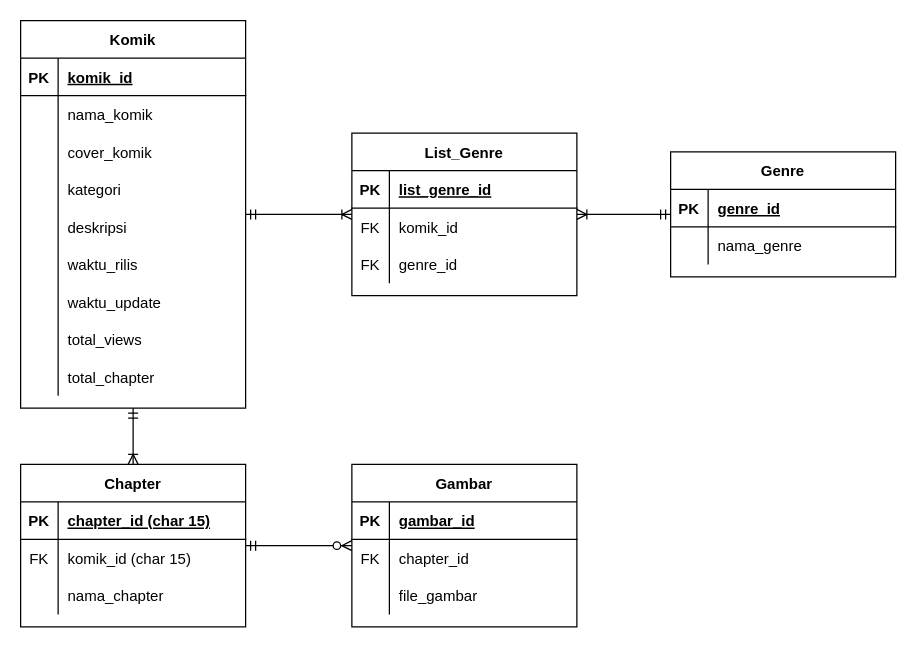
Earlier version of the draw.io diagram page "Database" (2 of 2) of etc/flow web.drawio (Aryanda04/web_komik). Source tidied: cells renumbered, new cells numbered last; positions are measured from the earlier drawing's top-left corner, leaving out a move shared by most shapes. Both pictures are drawn from the tidied source at 125%, with x=0, y=0 at pixel (20, 20).
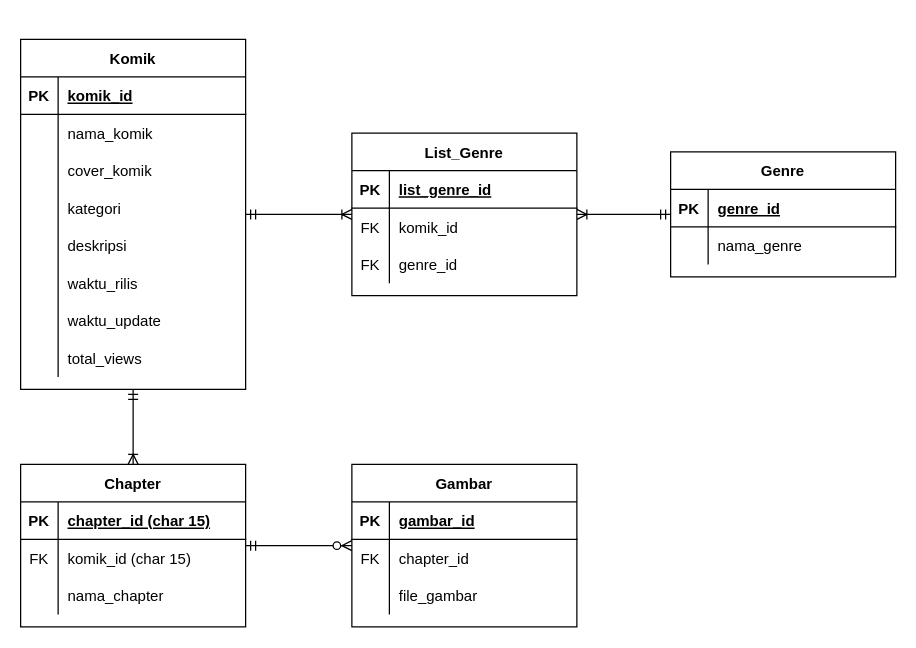
Above is the later version.

Change to the diagram source:
```diff
@@
     <mxCell id="2" value="Komik" style="shape=table;startSize=30;childLayout=tableLayout;rowLines=0;fontStyle=1;align=center;" parent="1" vertex="1">
-      <mxGeometry width="180" height="310" as="geometry" />
+      <mxGeometry y="15" width="180" height="280" as="geometry" />
     </mxCell>
@@
-    <mxCell id="27" style="shape=partialRectangle;fillColor=none;top=0;left=0;bottom=0;right=0;" parent="2" vertex="1">
-      <mxGeometry y="270" width="180" height="30" as="geometry" />
-    </mxCell>
-    <mxCell id="28" style="shape=partialRectangle;fillColor=none;top=0;left=0;bottom=0;right=0;overflow=hidden;" parent="27" vertex="1">
-      <mxGeometry width="30" height="30" as="geometry" />
-    </mxCell>
-    <mxCell id="29" value="total_chapter" style="shape=partialRectangle;fillColor=none;top=0;left=0;bottom=0;right=0;align=left;spacingLeft=6;overflow=hidden;" parent="27" vertex="1">
-      <mxGeometry x="30" width="150" height="30" as="geometry" />
-    </mxCell>
```
